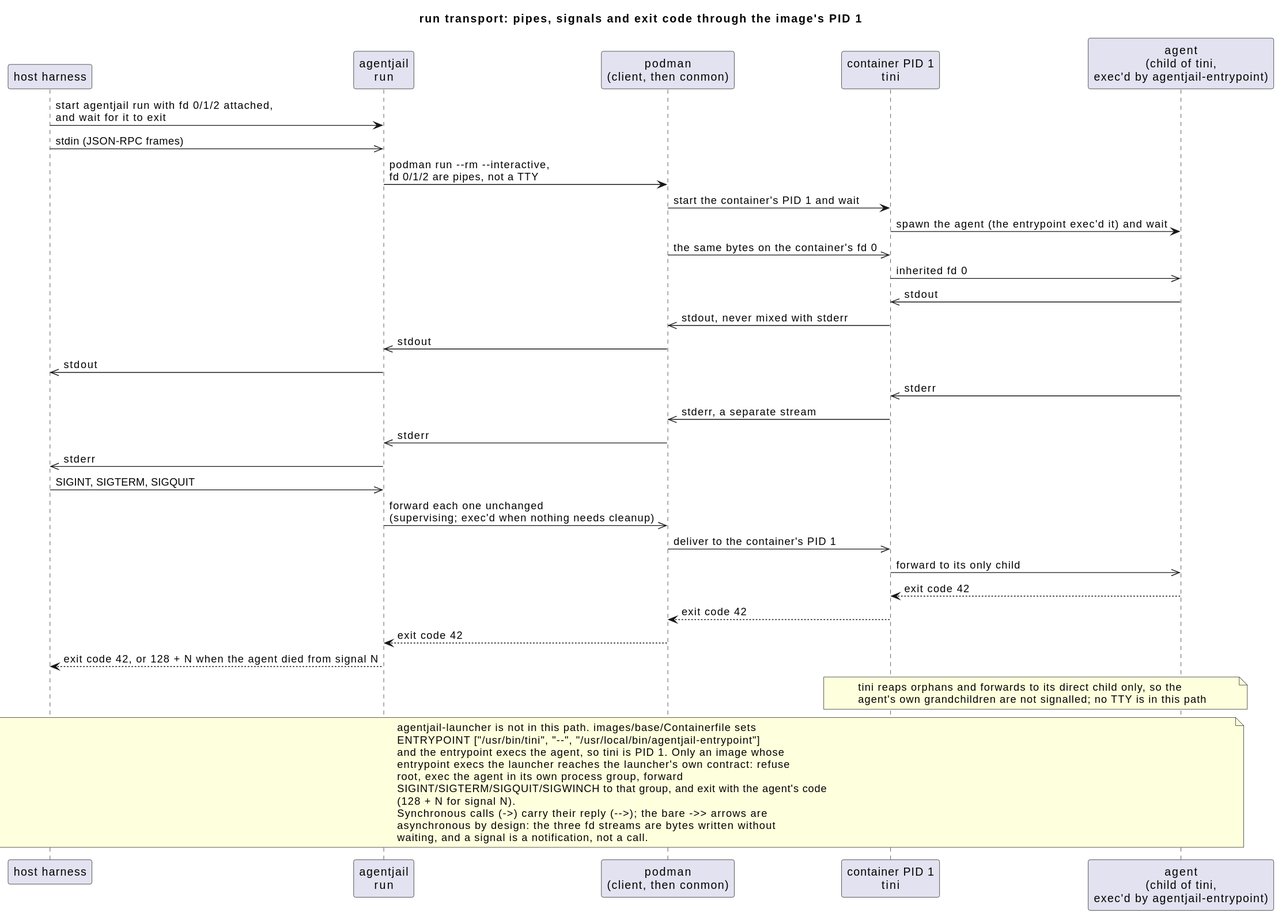
The PlantUML diagram docs/diagrams/launcher-sequence.svg in Breinich/agentjail, before a commit.
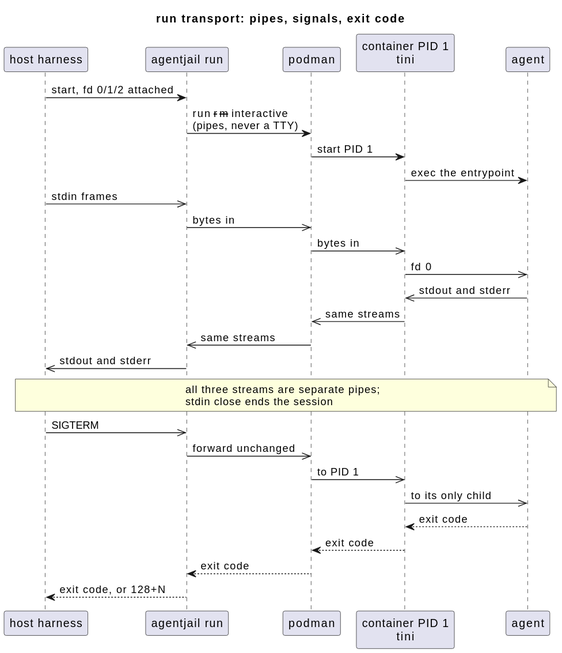
Later version of the same file.

Commit message:
docs(diagrams): split run-lifecycle, cut launcher arrows, narrow egress-decision

Diff of the diagram source:
```diff
@@ -1,46 +1,31 @@
 @startuml
-title run transport: pipes, signals and exit code through the image's PID 1
+title run transport: pipes, signals, exit code
 
 participant "host harness" as H
-participant "agentjail\nrun" as C
-participant "podman\n(client, then conmon)" as P
+participant "agentjail run" as C
+participant "podman" as P
 participant "container PID 1\ntini" as T
-participant "agent\n(child of tini,\nexec'd by agentjail-entrypoint)" as A
+participant "agent" as A
 
-H -> C : start agentjail run with fd 0/1/2 attached,\nand wait for it to exit
-H ->> C : stdin (JSON-RPC frames)
-C -> P : podman run &#45;&#45;rm &#45;&#45;interactive,\nfd 0/1/2 are pipes, not a TTY
-P -> T : start the container's PID 1 and wait
-T -> A : spawn the agent (the entrypoint exec'd it) and wait
-P ->> T : the same bytes on the container's fd 0
-T ->> A : inherited fd 0
-A ->> T : stdout
-T ->> P : stdout, never mixed with stderr
-P ->> C : stdout
-C ->> H : stdout
-A ->> T : stderr
-T ->> P : stderr, a separate stream
-P ->> C : stderr
-C ->> H : stderr
-H ->> C : SIGINT, SIGTERM, SIGQUIT
-C ->> P : forward each one unchanged\n(supervising; exec'd when nothing needs cleanup)
-P ->> T : deliver to the container's PID 1
-T ->> A : forward to its only child
-A --> T : exit code 42
-T --> P : exit code 42
-P --> C : exit code 42
-C --> H : exit code 42, or 128 + N when the agent died from signal N
-note over T, A : tini reaps orphans and forwards to its direct child only, so the\nagent's own grandchildren are not signalled; no TTY is in this path
-note over H, A
-  agentjail-launcher is not in this path. images/base/Containerfile sets
-  ENTRYPOINT ["/usr/bin/tini", "&#45;&#45;", "/usr/local/bin/agentjail-entrypoint"]
-  and the entrypoint execs the agent, so tini is PID 1. Only an image whose
-  entrypoint execs the launcher reaches the launcher's own contract: refuse
-  root, exec the agent in its own process group, forward
-  SIGINT/SIGTERM/SIGQUIT/SIGWINCH to that group, and exit with the agent's code
-  (128 + N for signal N).
-  Synchronous calls (->) carry their reply (-->); the bare ->> arrows are
-  asynchronous by design: the three fd streams are bytes written without
-  waiting, and a signal is a notification, not a call.
-end note
+H -> C : start, fd 0/1/2 attached
+C -> P : run --rm --interactive\n(pipes, never a TTY)
+P -> T : start PID 1
+T -> A : exec the entrypoint
+H ->> C : stdin frames
+C ->> P : bytes in
+P ->> T : bytes in
+T ->> A : fd 0
+A ->> T : stdout and stderr
+T ->> P : same streams
+P ->> C : same streams
+C ->> H : stdout and stderr
+note over H, A : all three streams are separate pipes;\nstdin close ends the session
+H ->> C : SIGTERM
+C ->> P : forward unchanged
+P ->> T : to PID 1
+T ->> A : to its only child
+A --> T : exit code
+T --> P : exit code
+P --> C : exit code
+C --> H : exit code, or 128+N
 @enduml
```
